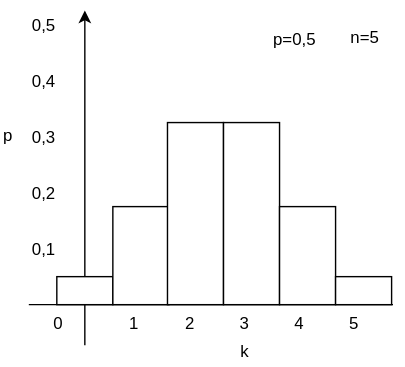
Before: assets/Mathe-diagrams-Binomialverteilung.svg, a diagram exported from draw.io (JaninaWibker/school-docs). Source tidied: cells renumbered, new cells last; positions are measured from the earlier drawing's top-left corner, leaving out a move shared by most shapes. The source it was exported from:
```xml
<mxGraphModel>
  <root>
    <mxCell id="0" />
    <mxCell id="1" parent="0" />
    <mxCell id="2" style="endArrow=none;html=1;" parent="1" edge="1">
      <mxGeometry relative="1" as="geometry">
        <mxPoint x="20" y="210" as="sourcePoint" />
        <mxPoint x="280" y="210" as="targetPoint" />
      </mxGeometry>
    </mxCell>
    <mxCell id="3" value="0,1" style="text;html=1;strokeColor=none;fillColor=none;align=center;verticalAlign=middle;whiteSpace=wrap;rounded=0;" parent="1" vertex="1">
      <mxGeometry x="10" y="160" width="40" height="20" as="geometry" />
    </mxCell>
    <mxCell id="4" value="0,2" style="text;html=1;strokeColor=none;fillColor=none;align=center;verticalAlign=middle;whiteSpace=wrap;rounded=0;" parent="1" vertex="1">
      <mxGeometry x="10" y="120" width="40" height="20" as="geometry" />
    </mxCell>
    <mxCell id="5" value="0,3" style="text;html=1;strokeColor=none;fillColor=none;align=center;verticalAlign=middle;whiteSpace=wrap;rounded=0;" parent="1" vertex="1">
      <mxGeometry x="10" y="80" width="40" height="20" as="geometry" />
    </mxCell>
    <mxCell id="6" value="0,4" style="text;html=1;strokeColor=none;fillColor=none;align=center;verticalAlign=middle;whiteSpace=wrap;rounded=0;direction=east;" parent="1" vertex="1">
      <mxGeometry x="10" y="40" width="40" height="20" as="geometry" />
    </mxCell>
    <mxCell id="7" value="0,5" style="text;html=1;strokeColor=none;fillColor=none;align=center;verticalAlign=middle;whiteSpace=wrap;rounded=0;" parent="1" vertex="1">
      <mxGeometry x="10" width="40" height="20" as="geometry" />
    </mxCell>
    <mxCell id="8" style="endArrow=classic;html=1;" parent="1" edge="1">
      <mxGeometry relative="1" as="geometry">
        <mxPoint x="60" y="239" as="sourcePoint" />
        <mxPoint x="60" as="targetPoint" />
      </mxGeometry>
    </mxCell>
    <mxCell id="9" value="&lt;div&gt;k&lt;/div&gt;" style="text;html=1;strokeColor=none;fillColor=none;align=center;verticalAlign=middle;whiteSpace=wrap;rounded=0;" parent="1" vertex="1">
      <mxGeometry x="163" y="233" width="22" height="20" as="geometry" />
    </mxCell>
    <mxCell id="10" value="&lt;div&gt;p&lt;/div&gt;" style="text;html=1;align=left;verticalAlign=top;spacingTop=-4;" parent="1" vertex="1">
      <mxGeometry y="80" width="20" height="20" as="geometry" />
    </mxCell>
    <mxCell id="11" value="&lt;div&gt;1&lt;/div&gt;&lt;div&gt;&lt;br&gt;&lt;/div&gt;" style="text;html=1;align=left;verticalAlign=top;spacingTop=-4;" parent="1" vertex="1">
      <mxGeometry x="90" y="214" width="20" height="30" as="geometry" />
    </mxCell>
    <mxCell id="12" value="2" style="text;html=1;align=left;verticalAlign=top;spacingTop=-4;" parent="1" vertex="1">
      <mxGeometry x="130" y="214" width="20" height="20" as="geometry" />
    </mxCell>
    <mxCell id="13" value="3" style="text;html=1;align=left;verticalAlign=top;spacingTop=-4;" parent="1" vertex="1">
      <mxGeometry x="169" y="214" width="20" height="20" as="geometry" />
    </mxCell>
    <mxCell id="14" value="4" style="text;html=1;align=left;verticalAlign=top;spacingTop=-4;" parent="1" vertex="1">
      <mxGeometry x="208" y="214" width="20" height="20" as="geometry" />
    </mxCell>
    <mxCell id="15" value="5" style="text;html=1;align=left;verticalAlign=top;spacingTop=-4;" parent="1" vertex="1">
      <mxGeometry x="247" y="214" width="20" height="20" as="geometry" />
    </mxCell>
    <mxCell id="16" value="0" style="text;html=1;align=left;verticalAlign=top;spacingTop=-4;" parent="1" vertex="1">
      <mxGeometry x="36" y="214" width="20" height="20" as="geometry" />
    </mxCell>
    <mxCell id="17" value="p=0,5" style="text;html=1;strokeColor=none;fillColor=none;align=center;verticalAlign=middle;whiteSpace=wrap;rounded=0;" parent="1" vertex="1">
      <mxGeometry x="189" y="10" width="40" height="20" as="geometry" />
    </mxCell>
    <mxCell id="18" value="n=5" style="text;html=1;align=left;verticalAlign=top;spacingTop=-4;" parent="1" vertex="1">
      <mxGeometry x="248" y="10" width="40" height="20" as="geometry" />
    </mxCell>
    <mxCell id="19" style="rounded=0;whiteSpace=wrap;html=1;" parent="1" vertex="1">
      <mxGeometry x="40" y="190" width="40" height="20" as="geometry" />
    </mxCell>
    <mxCell id="20" style="rounded=0;whiteSpace=wrap;html=1;" parent="1" vertex="1">
      <mxGeometry x="80" y="140" width="40" height="70" as="geometry" />
    </mxCell>
    <mxCell id="21" style="rounded=0;whiteSpace=wrap;html=1;" parent="1" vertex="1">
      <mxGeometry x="119" y="80" width="40" height="130" as="geometry" />
    </mxCell>
    <mxCell id="22" style="rounded=0;whiteSpace=wrap;html=1;" parent="1" vertex="1">
      <mxGeometry x="159" y="80" width="40" height="130" as="geometry" />
    </mxCell>
    <mxCell id="23" style="rounded=0;whiteSpace=wrap;html=1;" parent="1" vertex="1">
      <mxGeometry x="199" y="140" width="40" height="70" as="geometry" />
    </mxCell>
    <mxCell id="24" style="rounded=0;whiteSpace=wrap;html=1;" parent="1" vertex="1">
      <mxGeometry x="239" y="190" width="40" height="20" as="geometry" />
    </mxCell>
  </root>
</mxGraphModel>
```
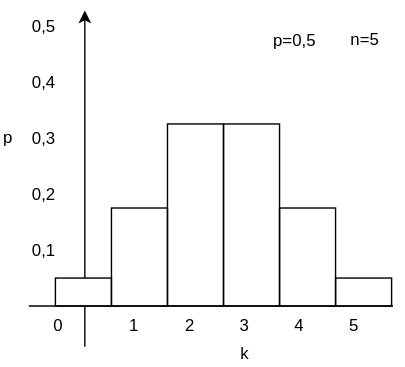
After the change.

Commit message:
Binomialverteilung hinzugefügt Netzwerke Skripte bisschen überarbeitet

Diff of the diagram source:
```diff
@@ -25,8 +25,8 @@
     </mxCell>
     <mxCell id="8" style="endArrow=classic;html=1;" parent="1" edge="1">
       <mxGeometry relative="1" as="geometry">
-        <mxPoint x="60" y="239" as="sourcePoint" />
-        <mxPoint x="60" as="targetPoint" />
+        <mxPoint x="60" y="190" as="sourcePoint" />
+        <mxPoint x="60" y="-1" as="targetPoint" />
       </mxGeometry>
     </mxCell>
     <mxCell id="9" value="&lt;div&gt;k&lt;/div&gt;" style="text;html=1;strokeColor=none;fillColor=none;align=center;verticalAlign=middle;whiteSpace=wrap;rounded=0;" parent="1" vertex="1">
@@ -59,23 +59,29 @@
     <mxCell id="18" value="n=5" style="text;html=1;align=left;verticalAlign=top;spacingTop=-4;" parent="1" vertex="1">
       <mxGeometry x="248" y="10" width="40" height="20" as="geometry" />
     </mxCell>
-    <mxCell id="19" style="rounded=0;whiteSpace=wrap;html=1;" parent="1" vertex="1">
-      <mxGeometry x="40" y="190" width="40" height="20" as="geometry" />
+    <mxCell id="19" style="rounded=0;whiteSpace=wrap;html=1;fillColor=none;" parent="1" vertex="1">
+      <mxGeometry x="39" y="190" width="40" height="20" as="geometry" />
     </mxCell>
-    <mxCell id="20" style="rounded=0;whiteSpace=wrap;html=1;" parent="1" vertex="1">
-      <mxGeometry x="80" y="140" width="40" height="70" as="geometry" />
+    <mxCell id="20" style="rounded=0;whiteSpace=wrap;html=1;fillColor=none;" parent="1" vertex="1">
+      <mxGeometry x="79" y="140" width="40" height="70" as="geometry" />
     </mxCell>
-    <mxCell id="21" style="rounded=0;whiteSpace=wrap;html=1;" parent="1" vertex="1">
+    <mxCell id="21" style="rounded=0;whiteSpace=wrap;html=1;fillColor=none;" parent="1" vertex="1">
       <mxGeometry x="119" y="80" width="40" height="130" as="geometry" />
     </mxCell>
-    <mxCell id="22" style="rounded=0;whiteSpace=wrap;html=1;" parent="1" vertex="1">
+    <mxCell id="22" style="rounded=0;whiteSpace=wrap;html=1;fillColor=none;" parent="1" vertex="1">
       <mxGeometry x="159" y="80" width="40" height="130" as="geometry" />
     </mxCell>
-    <mxCell id="23" style="rounded=0;whiteSpace=wrap;html=1;" parent="1" vertex="1">
+    <mxCell id="23" style="rounded=0;whiteSpace=wrap;html=1;fillColor=none;" parent="1" vertex="1">
       <mxGeometry x="199" y="140" width="40" height="70" as="geometry" />
     </mxCell>
-    <mxCell id="24" style="rounded=0;whiteSpace=wrap;html=1;" parent="1" vertex="1">
+    <mxCell id="24" style="rounded=0;whiteSpace=wrap;html=1;fillColor=none;" parent="1" vertex="1">
       <mxGeometry x="239" y="190" width="40" height="20" as="geometry" />
     </mxCell>
+    <mxCell id="25" style="endArrow=none;html=1;" parent="1" edge="1">
+      <mxGeometry relative="1" as="geometry">
+        <mxPoint x="60" y="210" as="sourcePoint" />
+        <mxPoint x="60" y="239" as="targetPoint" />
+      </mxGeometry>
+    </mxCell>
   </root>
 </mxGraphModel>
```
